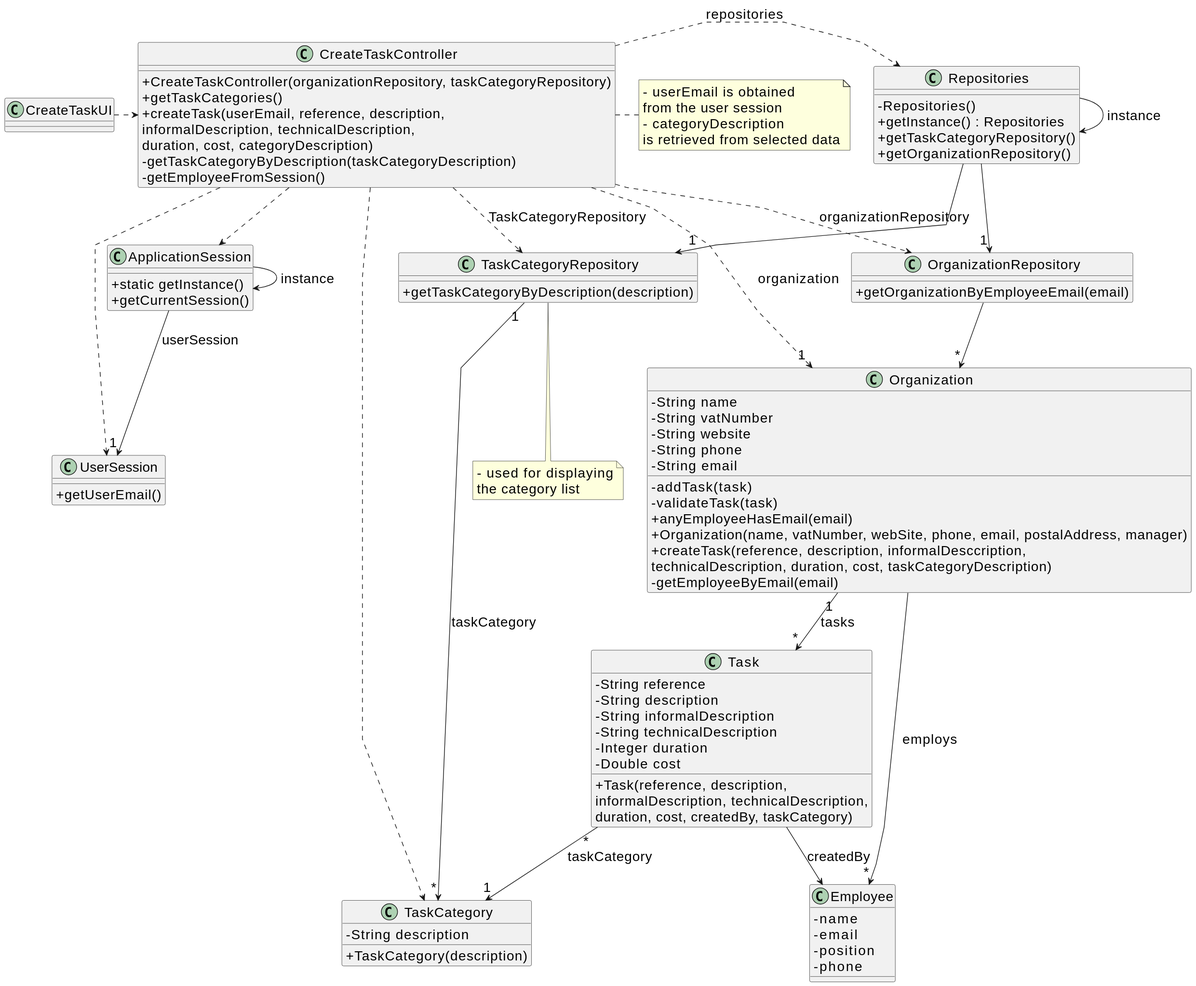
Before: docs/sprintA&B/us007/03.design/svg/us006-class-diagram.svg, a diagram exported from PlantUML (daniel41silva05/ISEP_2023_2024_LAPR2).
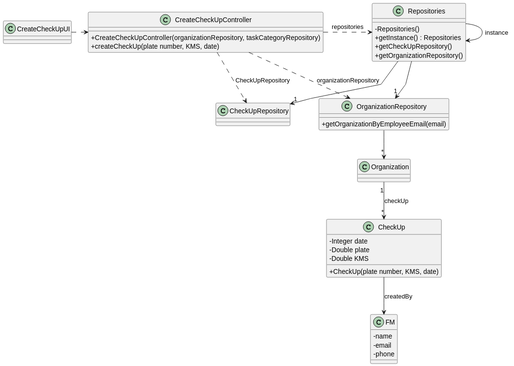
After the change.

What changed in the source:
```diff
@@ -1,5 +1,4 @@
 @startuml
-skinparamlocked defaultFontSize 20
 skinparam packageStyle rectangle
 skinparam shadowing false
 skinparam linetype polyline
@@ -7,60 +6,24 @@
 skinparam classAttributeIconSize 0
 
 
-class ApplicationSession
-{
-    + static getInstance()
-    + getCurrentSession()
-}
 
-class UserSession
-{
-    + getUserEmail()
-}
 
-class Employee {
+class FM {
     - name
     - email
-    - position
     - phone
 }
 
-class Task {
-    - String reference
-    - String description
-    - String informalDescription
-    - String technicalDescription
-    - Integer duration
-    - Double cost
+class CheckUp {
+    - Integer date
+    - Double plate
+    - Double KMS
 
-    + Task(reference, description,\ninformalDescription, technicalDescription,\nduration, cost, createdBy, taskCategory)
+    + CheckUp(plate number, KMS, date)
 }
 
-class TaskCategory {
-    - String description
 
-    + TaskCategory(description)
-}
 
-class Organization {
-    - String name
-    - String vatNumber
-    - String website
-    - String phone
-    - String email
-
-    - addTask(task)
-    - validateTask(task)
-    + anyEmployeeHasEmail(email)
-    + Organization(name, vatNumber, webSite, phone, email, postalAddress, manager)
-    + createTask(reference, description, informalDesccription,\ntechnicalDescription, duration, cost, taskCategoryDescription)
-    - getEmployeeByEmail(email)
-
-}
-
-class TaskCategoryRepository {
-    + getTaskCategoryByDescription(description)
-}
 
 class OrganizationRepository {
     + getOrganizationByEmployeeEmail(email)
@@ -69,58 +32,36 @@
 class Repositories {
     - Repositories()
     + getInstance() : Repositories
-    + getTaskCategoryRepository()
+    + getCheckUpRepository()
     + getOrganizationRepository()
 }
 
-class CreateTaskController {
-    + CreateTaskController(organizationRepository, taskCategoryRepository)
-    + getTaskCategories()
-    + createTask(userEmail, reference, description,\ninformalDescription, technicalDescription,\nduration, cost, categoryDescription)
-    - getTaskCategoryByDescription(taskCategoryDescription)
-    - getEmployeeFromSession()
+class CreateCheckUpController {
+    + CreateCheckUpController(organizationRepository, taskCategoryRepository)
+    + createCheckUp(plate number, KMS, date)
 }
 
-note right of CreateTaskController
-    - userEmail is obtained
-    from the user session
-    - categoryDescription
-    is retrieved from selected data
-end note
 
-note bottom of TaskCategoryRepository
-    - used for displaying
-    the category list
-end note
 
-class CreateTaskUI {
+class CreateCheckUpUI {
 }
 
 Repositories -> Repositories : instance
-ApplicationSession -> ApplicationSession : instance
 
-CreateTaskUI .> CreateTaskController
+CreateCheckUpUI .> CreateCheckUpController
 
-CreateTaskController .> Repositories : repositories
+CreateCheckUpController .> Repositories : repositories
 
-Repositories -> "1" TaskCategoryRepository
+Repositories -> "1" CheckUpRepository
 
-CreateTaskController ..> TaskCategory
-CreateTaskController ..> OrganizationRepository : organizationRepository
-CreateTaskController ..> TaskCategoryRepository : TaskCategoryRepository
+CreateCheckUpController ..> OrganizationRepository : organizationRepository
+CreateCheckUpController ..> CheckUpRepository : CheckUpRepository
 
 Repositories --> "1" OrganizationRepository
 
 OrganizationRepository --> "*" Organization
-ApplicationSession --> "1" UserSession : userSession
 
-CreateTaskController ..> "1" Organization : organization
-CreateTaskController ..> ApplicationSession
-CreateTaskController ..> UserSession
-Task "*" --> "1" TaskCategory : taskCategory
-TaskCategoryRepository "1" --> "*" TaskCategory : taskCategory
-Organization "1" --> "*" Task : tasks
-Task --> Employee : createdBy
+Organization "1" --> "*" CheckUp : checkUp
+CheckUp --> FM : createdBy
 
-Organization --> "*" Employee : employs
 @enduml
```
